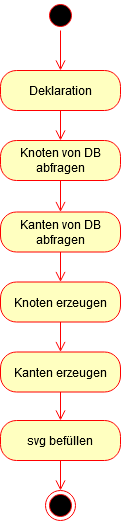
Above: Abbildungen/19_Abbildung.png in katharinaschemel/Thesis (draw.io), before the change. Source tidied: cells renumbered, new cells last; positions are measured from the earlier drawing's top-left corner, leaving out a move shared by most shapes.
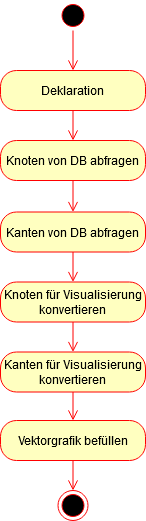
The same file after the commit.

The edit, as a diff of the source:
```diff
@@ -3,33 +3,31 @@
     <mxCell id="0" />
     <mxCell id="1" parent="0" />
     <mxCell id="2" style="ellipse;html=1;shape=startState;fillColor=#000000;strokeColor=#ff0000;" parent="1" vertex="1">
-      <mxGeometry x="45" width="30" height="30" as="geometry" />
+      <mxGeometry x="57.5" width="30" height="30" as="geometry" />
     </mxCell>
-    <mxCell id="3" style="edgeStyle=orthogonalEdgeStyle;html=1;verticalAlign=bottom;endArrow=open;endSize=8;strokeColor=#ff0000;" parent="1" edge="1" source="2">
-      <mxGeometry relative="1" as="geometry">
-        <mxPoint x="60" y="70" as="targetPoint" />
-      </mxGeometry>
+    <mxCell id="3" style="edgeStyle=orthogonalEdgeStyle;html=1;verticalAlign=bottom;endArrow=open;endSize=8;strokeColor=#ff0000;entryX=0.5;entryY=0;entryDx=0;entryDy=0;" parent="1" edge="1" source="2" target="4">
+      <mxGeometry relative="1" as="geometry" />
     </mxCell>
     <mxCell id="4" value="Deklaration" style="rounded=1;whiteSpace=wrap;html=1;arcSize=40;fontColor=#000000;fillColor=#ffffc0;strokeColor=#ff0000;" parent="1" vertex="1">
-      <mxGeometry y="70" width="120" height="40" as="geometry" />
+      <mxGeometry y="70" width="145" height="40" as="geometry" />
     </mxCell>
     <mxCell id="5" value="Knoten von DB abfragen" style="rounded=1;whiteSpace=wrap;html=1;arcSize=40;fontColor=#000000;fillColor=#ffffc0;strokeColor=#ff0000;" parent="1" vertex="1">
-      <mxGeometry y="140" width="120" height="40" as="geometry" />
+      <mxGeometry y="140" width="145" height="40" as="geometry" />
     </mxCell>
     <mxCell id="6" value="Kanten von DB abfragen" style="rounded=1;whiteSpace=wrap;html=1;arcSize=40;fontColor=#000000;fillColor=#ffffc0;strokeColor=#ff0000;" parent="1" vertex="1">
-      <mxGeometry y="211.5" width="120" height="40" as="geometry" />
+      <mxGeometry y="211.5" width="145" height="40" as="geometry" />
     </mxCell>
     <mxCell id="7" style="edgeStyle=orthogonalEdgeStyle;html=1;verticalAlign=bottom;endArrow=open;endSize=8;strokeColor=#ff0000;entryX=0.5;entryY=0;entryDx=0;entryDy=0;entryPerimeter=0;" parent="1" edge="1" source="6" target="8">
       <mxGeometry relative="1" as="geometry" />
     </mxCell>
-    <mxCell id="8" value="Knoten erzeugen" style="rounded=1;whiteSpace=wrap;html=1;arcSize=40;fontColor=#000000;fillColor=#ffffc0;strokeColor=#ff0000;" parent="1" vertex="1">
-      <mxGeometry y="281.5" width="120" height="40" as="geometry" />
+    <mxCell id="8" value="Knoten für Visualisierung konvertieren" style="rounded=1;whiteSpace=wrap;html=1;arcSize=40;fontColor=#000000;fillColor=#ffffc0;strokeColor=#ff0000;" parent="1" vertex="1">
+      <mxGeometry y="281.5" width="145" height="40" as="geometry" />
     </mxCell>
     <mxCell id="9" style="edgeStyle=orthogonalEdgeStyle;html=1;verticalAlign=bottom;endArrow=open;endSize=8;strokeColor=#ff0000;entryX=0.5;entryY=0;entryDx=0;entryDy=0;exitX=0.5;exitY=1;exitDx=0;exitDy=0;" parent="1" edge="1" source="15" target="10">
       <mxGeometry relative="1" as="geometry" />
     </mxCell>
     <mxCell id="10" style="ellipse;html=1;shape=endState;fillColor=#000000;strokeColor=#ff0000;" parent="1" vertex="1">
-      <mxGeometry x="45" y="490" width="30" height="30" as="geometry" />
+      <mxGeometry x="57.5" y="490" width="30" height="30" as="geometry" />
     </mxCell>
     <mxCell id="11" style="edgeStyle=orthogonalEdgeStyle;html=1;verticalAlign=bottom;endArrow=open;endSize=8;strokeColor=#ff0000;entryX=0.5;entryY=0;entryDx=0;entryDy=0;exitX=0.5;exitY=1;exitDx=0;exitDy=0;" parent="1" edge="1" source="5" target="6">
       <mxGeometry relative="1" as="geometry" />
@@ -40,11 +38,11 @@
     <mxCell id="13" style="edgeStyle=orthogonalEdgeStyle;html=1;verticalAlign=bottom;endArrow=open;endSize=8;strokeColor=#ff0000;entryX=0.5;entryY=0;entryDx=0;entryDy=0;entryPerimeter=0;exitX=0.5;exitY=1;exitDx=0;exitDy=0;" parent="1" edge="1" source="8" target="14">
       <mxGeometry relative="1" as="geometry" />
     </mxCell>
-    <mxCell id="14" value="Kanten erzeugen" style="rounded=1;whiteSpace=wrap;html=1;arcSize=40;fontColor=#000000;fillColor=#ffffc0;strokeColor=#ff0000;" parent="1" vertex="1">
-      <mxGeometry y="351.5" width="120" height="40" as="geometry" />
+    <mxCell id="14" value="Kanten für Visualisierung konvertieren" style="rounded=1;whiteSpace=wrap;html=1;arcSize=40;fontColor=#000000;fillColor=#ffffc0;strokeColor=#ff0000;" parent="1" vertex="1">
+      <mxGeometry y="351.5" width="145" height="40" as="geometry" />
     </mxCell>
-    <mxCell id="15" value="svg befüllen" style="rounded=1;whiteSpace=wrap;html=1;arcSize=40;fontColor=#000000;fillColor=#ffffc0;strokeColor=#ff0000;" parent="1" vertex="1">
-      <mxGeometry y="420" width="120" height="40" as="geometry" />
+    <mxCell id="15" value="Vektorgrafik befüllen" style="rounded=1;whiteSpace=wrap;html=1;arcSize=40;fontColor=#000000;fillColor=#ffffc0;strokeColor=#ff0000;" parent="1" vertex="1">
+      <mxGeometry y="420" width="145" height="40" as="geometry" />
     </mxCell>
     <mxCell id="16" style="edgeStyle=orthogonalEdgeStyle;html=1;verticalAlign=bottom;endArrow=open;endSize=8;strokeColor=#ff0000;exitX=0.5;exitY=1;exitDx=0;exitDy=0;entryX=0.5;entryY=0;entryDx=0;entryDy=0;" parent="1" edge="1" source="14" target="15">
       <mxGeometry relative="1" as="geometry" />
```
